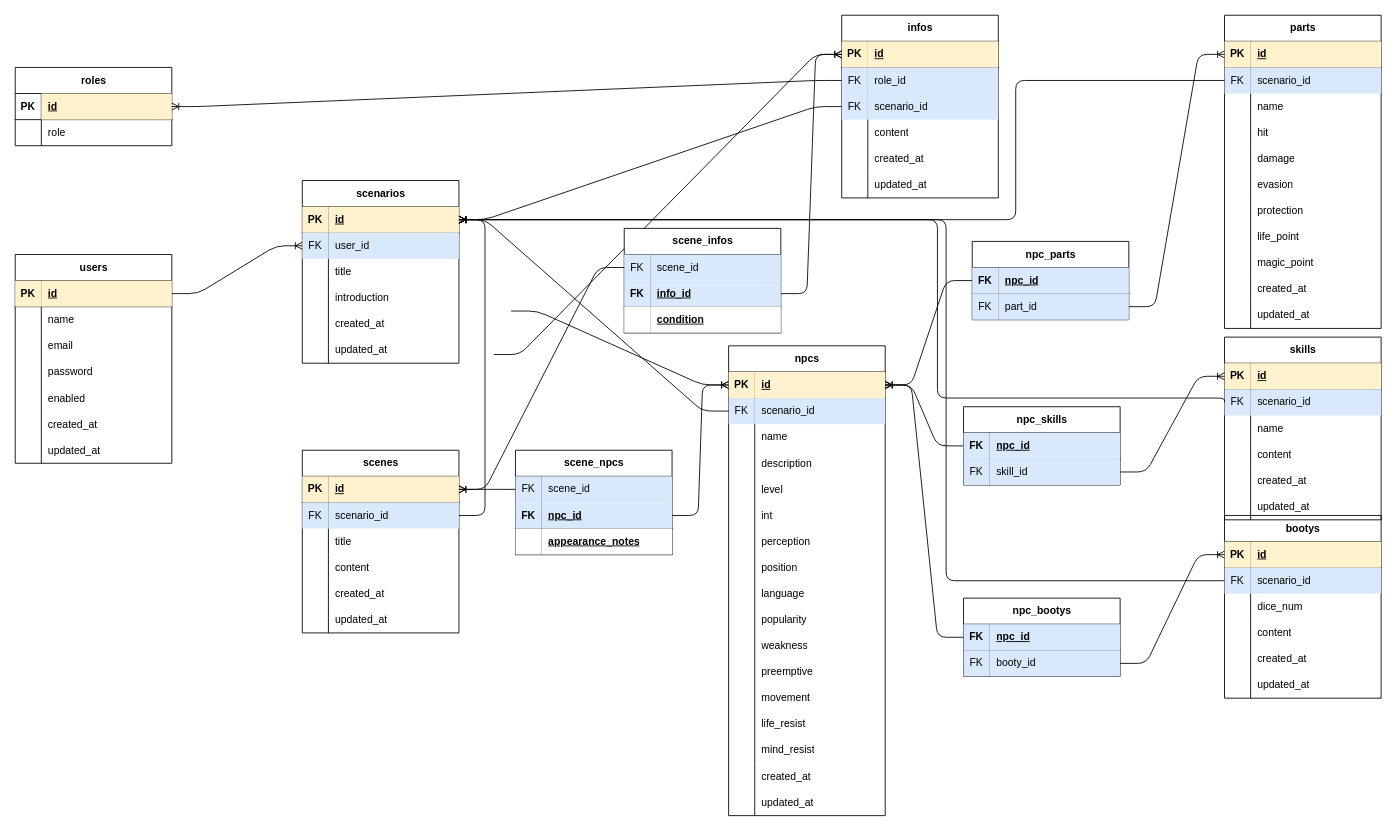
Earlier version of the draw.io diagram ER.drawio (nyandoragora/trpg-writer). Source tidied: cells renumbered, new cells numbered last; positions are measured from the earlier drawing's top-left corner, leaving out a move shared by most shapes. Both pictures are drawn from the tidied source at 87%, with x=0, y=0 at pixel (15, 15).
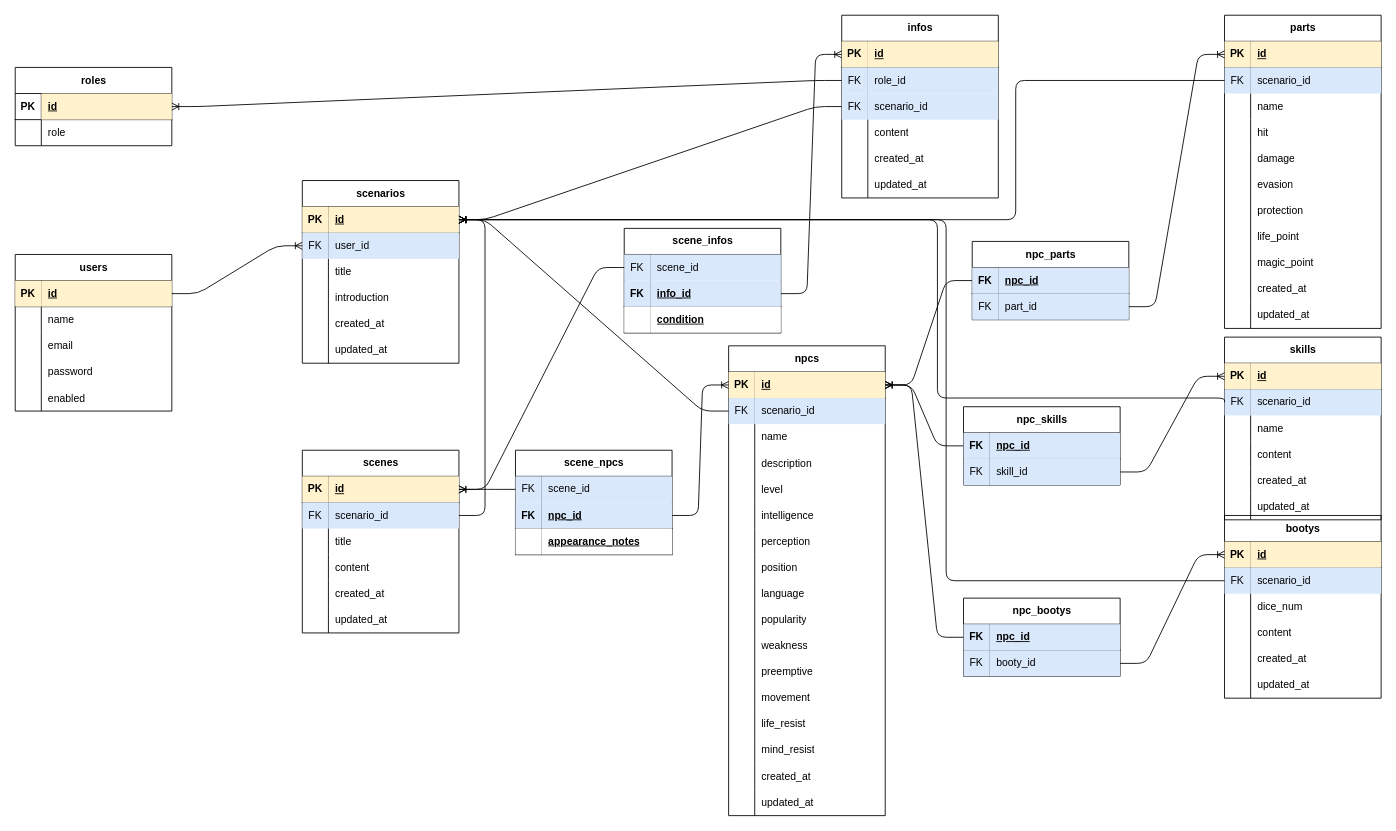
The same page after the edit.

The change refers to these unchanged cells:
```xml
<mxCell id="71" style="shape=tableRow;horizontal=0;startSize=0;swimlaneHead=0;swimlaneBody=0;fillColor=none;points=[[0,0.5],[1,0.5]];portConstraint=eastwest;top=0;left=0;right=0;bottom=1;" parent="70" vertex="1">
  <mxGeometry y="30" width="180" height="30" as="geometry" />
</mxCell>
<mxCell id="92" style="shape=tableRow;horizontal=0;startSize=0;swimlaneHead=0;swimlaneBody=0;fillColor=none;points=[[0,0.5],[1,0.5]];portConstraint=eastwest;top=0;left=0;right=0;bottom=1;" parent="91" vertex="1">
  <mxGeometry y="30" width="180" height="30" as="geometry" />
</mxCell>
<mxCell id="107" style="shape=tableRow;horizontal=0;startSize=0;swimlaneHead=0;swimlaneBody=0;fillColor=none;top=0;left=0;right=0;bottom=0;" parent="91" vertex="1">
  <mxGeometry y="180" width="180" height="30" as="geometry" />
</mxCell>
```

What changed in the source:
```diff
@@
     <mxCell id="2" value="users" style="shape=table;startSize=30;childLayout=tableLayout;rowLines=0;fontStyle=1;align=center;html=1;" parent="1" vertex="1">
-      <mxGeometry y="275" width="180" height="240" as="geometry" />
+      <mxGeometry y="275" width="180" height="180" as="geometry" />
     </mxCell>
@@
-    <mxCell id="18" style="shape=tableRow;horizontal=0;startSize=0;swimlaneHead=0;swimlaneBody=0;fillColor=none;top=0;left=0;right=0;bottom=0;" parent="2" vertex="1">
-      <mxGeometry y="180" width="180" height="30" as="geometry" />
-    </mxCell>
-    <mxCell id="19" style="shape=partialRectangle;fillColor=none;top=0;left=0;bottom=0;right=0;overflow=hidden;" parent="18" vertex="1">
-      <mxGeometry width="30" height="30" as="geometry" />
-    </mxCell>
-    <mxCell id="20" value="created_at" style="shape=partialRectangle;fillColor=none;top=0;left=0;bottom=0;right=0;align=left;spacingLeft=6;overflow=hidden;" parent="18" vertex="1">
-      <mxGeometry x="30" width="150" height="30" as="geometry" />
-    </mxCell>
-    <mxCell id="21" style="shape=tableRow;horizontal=0;startSize=0;swimlaneHead=0;swimlaneBody=0;fillColor=none;top=0;left=0;right=0;bottom=0;" parent="2" vertex="1">
-      <mxGeometry y="210" width="180" height="30" as="geometry" />
-    </mxCell>
-    <mxCell id="22" style="shape=partialRectangle;fillColor=none;top=0;left=0;bottom=0;right=0;overflow=hidden;" parent="21" vertex="1">
-      <mxGeometry width="30" height="30" as="geometry" />
-    </mxCell>
-    <mxCell id="23" value="updated_at" style="shape=partialRectangle;fillColor=none;top=0;left=0;bottom=0;right=0;align=left;spacingLeft=6;overflow=hidden;" parent="21" vertex="1">
-      <mxGeometry x="30" width="150" height="30" as="geometry" />
-    </mxCell>
@@
-    <mxCell id="89" style="edgeStyle=entityRelationEdgeStyle;fontSize=12;html=1;endArrow=ERoneToMany;exitX=1;exitY=0.5;exitDx=0;exitDy=0;entryX=0;entryY=0.5;entryDx=0;entryDy=0;" parent="1" edge="1" target="71">
-      <mxGeometry relative="1" as="geometry">
-        <mxPoint x="550" y="390" as="sourcePoint" />
-      </mxGeometry>
-    </mxCell>
-    <mxCell id="90" style="edgeStyle=entityRelationEdgeStyle;fontSize=12;html=1;endArrow=ERoneToMany;exitX=1;exitY=0.5;exitDx=0;exitDy=0;entryX=0;entryY=0.5;entryDx=0;entryDy=0;" parent="1" edge="1" target="92">
-      <mxGeometry relative="1" as="geometry">
-        <mxPoint x="570" y="340" as="sourcePoint" />
-      </mxGeometry>
-    </mxCell>
@@
-    <mxCell id="109" value="int" style="shape=partialRectangle;fillColor=none;top=0;left=0;bottom=0;right=0;align=left;spacingLeft=6;overflow=hidden;" parent="107" vertex="1">
+    <mxCell id="109" value="intelligence" style="shape=partialRectangle;fillColor=none;top=0;left=0;bottom=0;right=0;align=left;spacingLeft=6;overflow=hidden;" parent="107" vertex="1">
       <mxGeometry x="30" width="150" height="30" as="geometry" />
     </mxCell>
```
